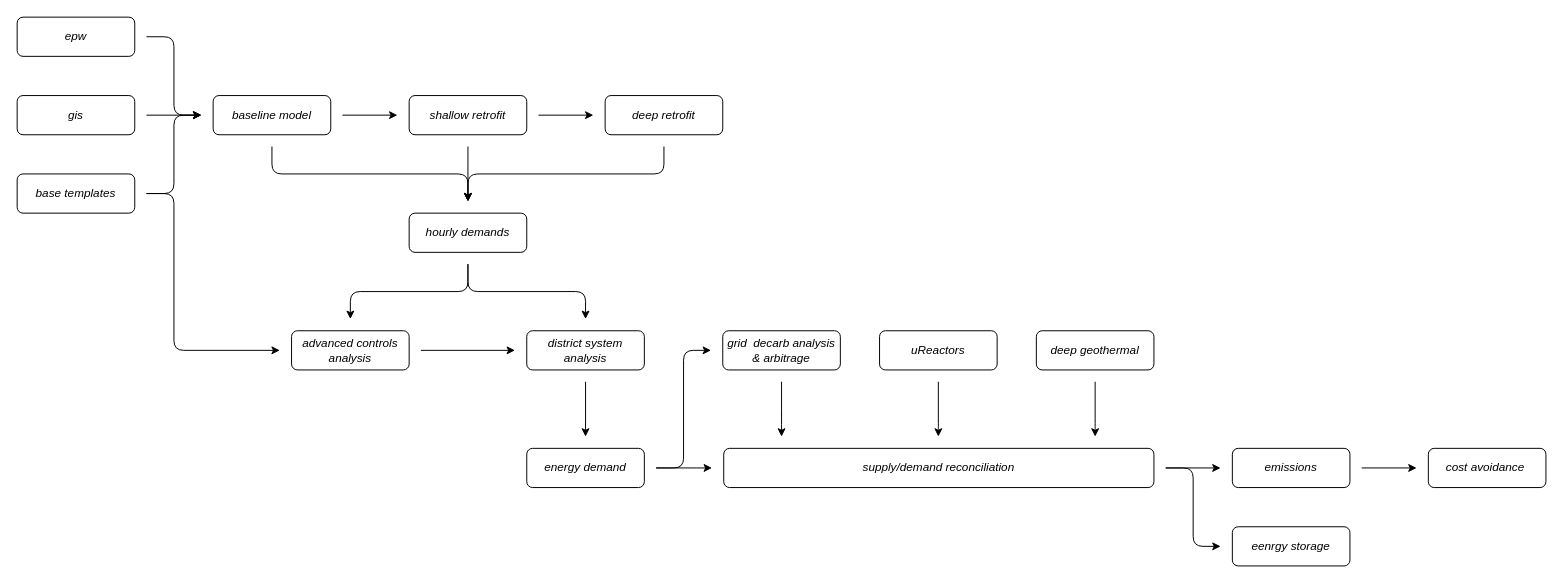
szvsw/mit-campus-decarbonization keeps this draw.io diagram as figures/technology-overview.drawio. Above is the earlier version. Source tidied: cells renumbered, new cells numbered last; positions are measured from the earlier drawing's top-left corner, leaving out a move shared by most shapes. Both pictures are drawn from the tidied source at 98%, with x=0, y=0 at pixel (17, 17).
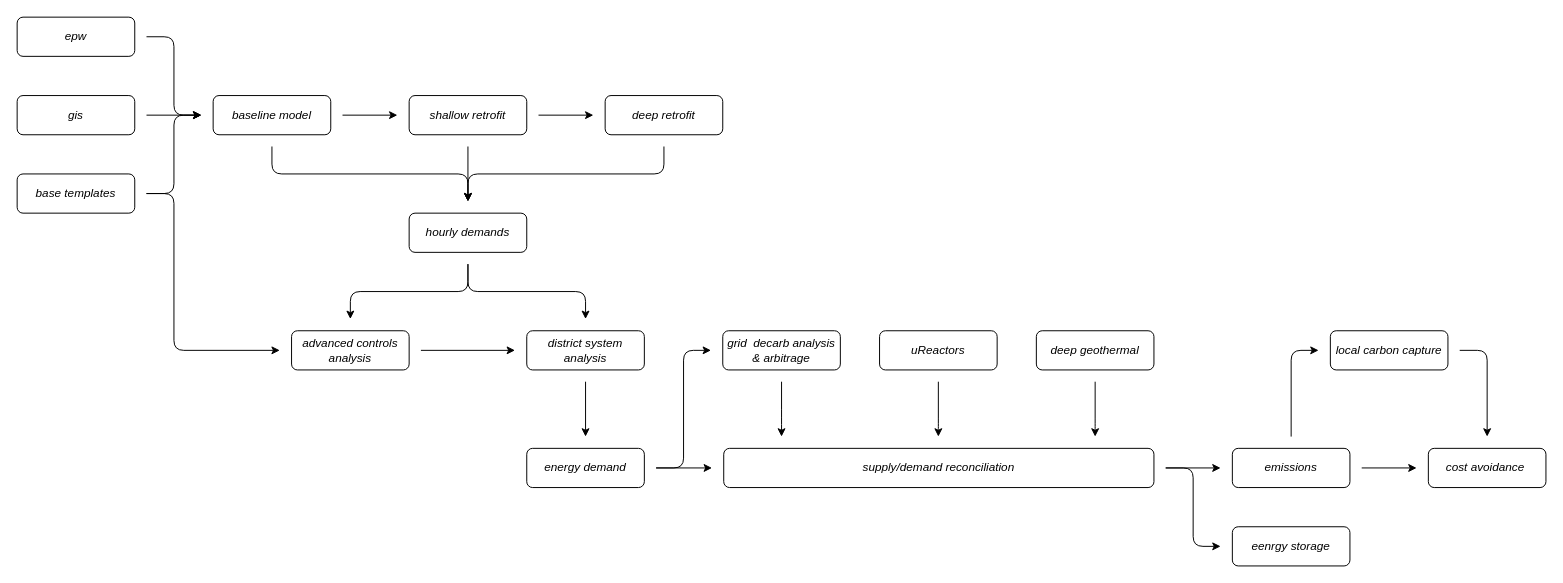
The same diagram, later.

The change refers to these unchanged cells:
```xml
<mxCell id="34" value="emissions" style="rounded=1;whiteSpace=wrap;html=1;perimeterSpacing=12;fontStyle=2;" parent="1" vertex="1">
  <mxGeometry x="1240" y="440" width="120" height="40" as="geometry" />
</mxCell>
<mxCell id="38" value="cost avoidance&amp;nbsp;" style="rounded=1;whiteSpace=wrap;html=1;perimeterSpacing=12;fontStyle=2;" parent="1" vertex="1">
  <mxGeometry x="1440" y="440" width="120" height="40" as="geometry" />
</mxCell>
```

The edit, as a diff of the source:
```diff
@@
+    <mxCell id="40" style="edgeStyle=orthogonalEdgeStyle;shape=connector;curved=0;rounded=1;jumpStyle=gap;jumpSize=24;jettySize=auto;html=1;labelBackgroundColor=default;strokeColor=default;align=center;verticalAlign=middle;fontFamily=Helvetica;fontSize=12;fontColor=default;endArrow=classic;" parent="1" edge="1" source="34" target="42">
+      <mxGeometry relative="1" as="geometry">
+        <Array as="points">
+          <mxPoint x="1300" y="340" />
+        </Array>
+      </mxGeometry>
+    </mxCell>
@@
+    <mxCell id="41" style="edgeStyle=orthogonalEdgeStyle;shape=connector;curved=0;rounded=1;jumpStyle=gap;jumpSize=24;jettySize=auto;html=1;labelBackgroundColor=default;strokeColor=default;align=center;verticalAlign=middle;fontFamily=Helvetica;fontSize=12;fontColor=default;endArrow=classic;" parent="1" edge="1" source="42" target="38">
+      <mxGeometry relative="1" as="geometry">
+        <Array as="points">
+          <mxPoint x="1500" y="340" />
+        </Array>
+      </mxGeometry>
+    </mxCell>
+    <mxCell id="42" value="local carbon capture" style="rounded=1;whiteSpace=wrap;html=1;perimeterSpacing=12;fontStyle=2;" parent="1" vertex="1">
+      <mxGeometry x="1340" y="320" width="120" height="40" as="geometry" />
+    </mxCell>
```
